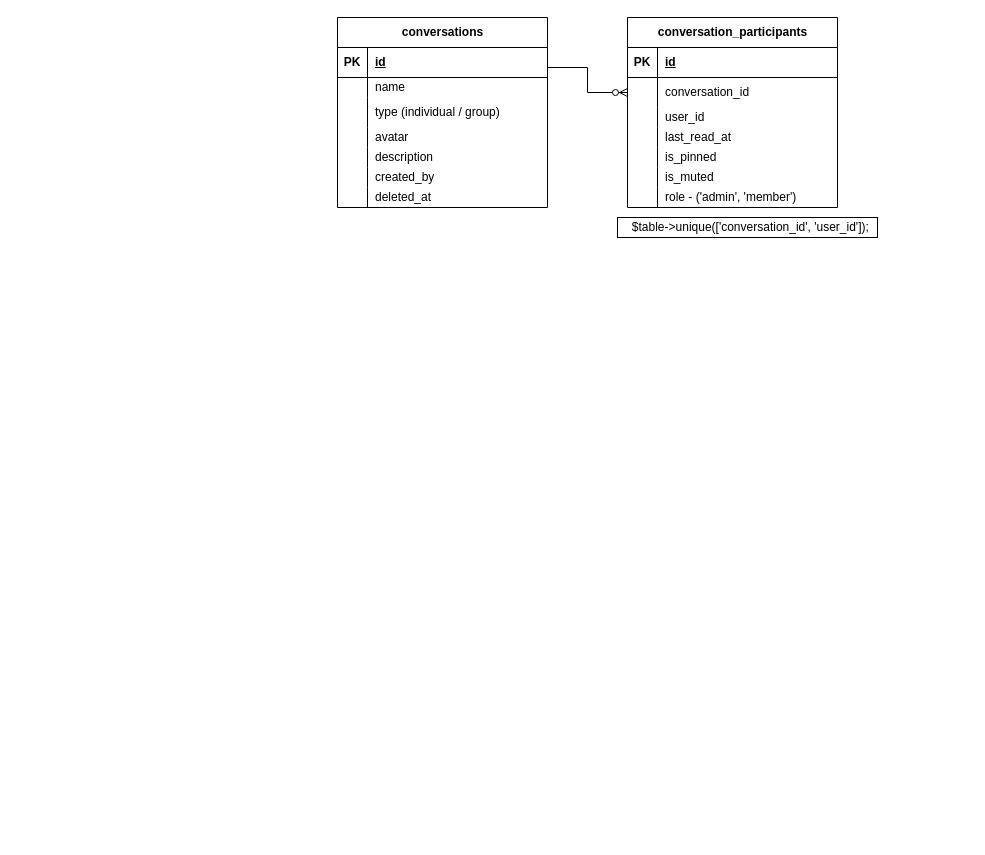
The draw.io diagram quagnite_chat_system.drawio in nuruzzamanhimel00/sql, before the edit. Source tidied: cells renumbered, new cells numbered last; positions are measured from the earlier drawing's top-left corner, leaving out a move shared by most shapes. Both pictures are drawn from the tidied source at 100%, with x=0, y=0 at pixel (337, 17).
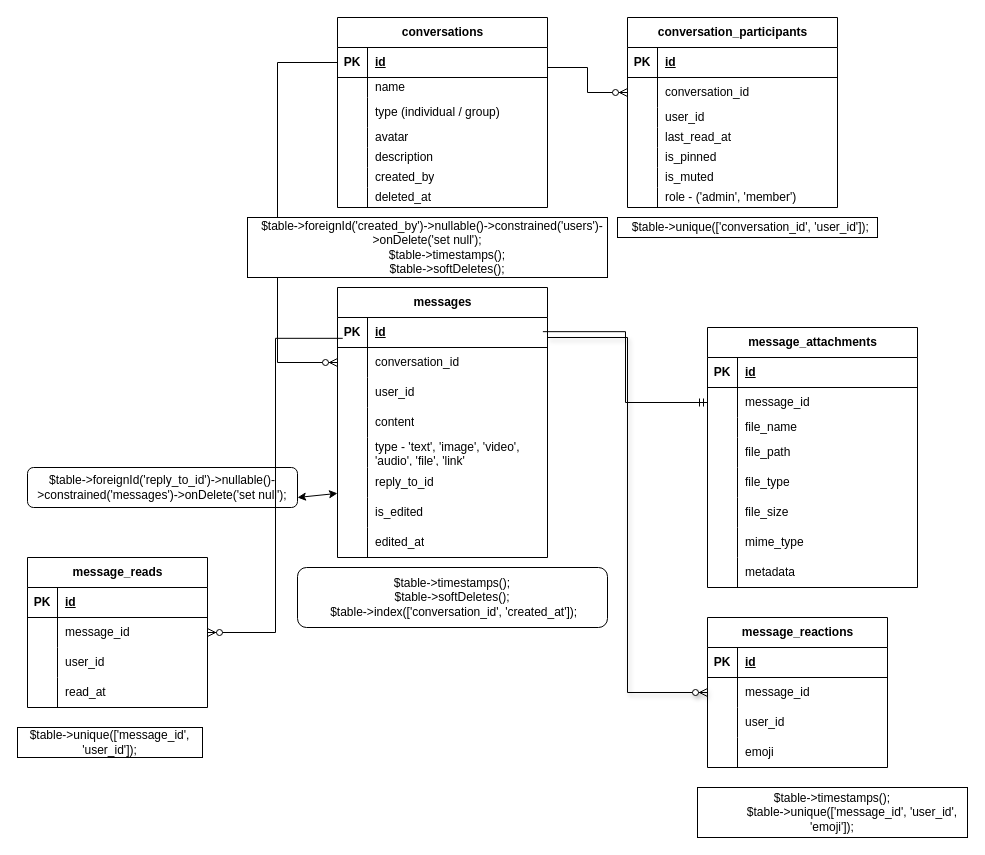
After the change.

Unchanged cells that the change refers to:
```xml
<mxCell id="3" style="shape=tableRow;horizontal=0;startSize=0;swimlaneHead=0;swimlaneBody=0;fillColor=none;points=[[0,0.5],[1,0.5]];portConstraint=eastwest;top=0;left=0;right=0;bottom=1;" parent="2" vertex="1">
  <mxGeometry y="30" width="210" height="30" as="geometry" />
</mxCell>
```

The edit, as a diff of the source:
```diff
@@
+    <mxCell id="48" value="messages" style="shape=table;startSize=30;childLayout=tableLayout;rowLines=0;fontStyle=1;align=center;html=1;" parent="1" vertex="1">
+      <mxGeometry y="270" width="210" height="270" as="geometry" />
+    </mxCell>
+    <mxCell id="49" style="shape=tableRow;horizontal=0;startSize=0;swimlaneHead=0;swimlaneBody=0;fillColor=none;points=[[0,0.5],[1,0.5]];portConstraint=eastwest;top=0;left=0;right=0;bottom=1;" parent="48" vertex="1">
+      <mxGeometry y="30" width="210" height="30" as="geometry" />
+    </mxCell>
+    <mxCell id="50" value="PK" style="shape=partialRectangle;fillColor=none;top=0;left=0;bottom=0;right=0;fontStyle=1;overflow=hidden;whiteSpace=wrap;html=1;" parent="49" vertex="1">
+      <mxGeometry width="30" height="30" as="geometry" />
+    </mxCell>
+    <mxCell id="51" value="id" style="shape=partialRectangle;fillColor=none;top=0;left=0;bottom=0;right=0;align=left;spacingLeft=6;fontStyle=5;overflow=hidden;whiteSpace=wrap;html=1;" parent="49" vertex="1">
+      <mxGeometry x="30" width="180" height="30" as="geometry" />
+    </mxCell>
+    <mxCell id="52" style="shape=tableRow;horizontal=0;startSize=0;swimlaneHead=0;swimlaneBody=0;fillColor=none;points=[[0,0.5],[1,0.5]];portConstraint=eastwest;top=0;left=0;right=0;bottom=0;" parent="48" vertex="1">
+      <mxGeometry y="60" width="210" height="30" as="geometry" />
+    </mxCell>
+    <mxCell id="53" style="shape=partialRectangle;fillColor=none;top=0;left=0;bottom=0;right=0;overflow=hidden;whiteSpace=wrap;html=1;" parent="52" vertex="1">
+      <mxGeometry width="30" height="30" as="geometry" />
+    </mxCell>
+    <mxCell id="54" value="conversation_id" style="shape=partialRectangle;fillColor=none;top=0;left=0;bottom=0;right=0;align=left;spacingLeft=6;overflow=hidden;whiteSpace=wrap;html=1;" parent="52" vertex="1">
+      <mxGeometry x="30" width="180" height="30" as="geometry" />
+    </mxCell>
+    <mxCell id="55" style="shape=tableRow;horizontal=0;startSize=0;swimlaneHead=0;swimlaneBody=0;fillColor=none;top=0;left=0;right=0;bottom=0;" parent="48" vertex="1">
+      <mxGeometry y="90" width="210" height="30" as="geometry" />
+    </mxCell>
+    <mxCell id="56" style="shape=partialRectangle;fillColor=none;top=0;left=0;bottom=0;right=0;overflow=hidden;whiteSpace=wrap;html=1;" parent="55" vertex="1">
+      <mxGeometry width="30" height="30" as="geometry" />
+    </mxCell>
+    <mxCell id="57" value="user_id" style="shape=partialRectangle;fillColor=none;top=0;left=0;bottom=0;right=0;align=left;spacingLeft=6;overflow=hidden;whiteSpace=wrap;html=1;" parent="55" vertex="1">
+      <mxGeometry x="30" width="180" height="30" as="geometry" />
+    </mxCell>
+    <mxCell id="58" style="shape=tableRow;horizontal=0;startSize=0;swimlaneHead=0;swimlaneBody=0;fillColor=none;top=0;left=0;right=0;bottom=0;" parent="48" vertex="1">
+      <mxGeometry y="120" width="210" height="30" as="geometry" />
+    </mxCell>
+    <mxCell id="59" style="shape=partialRectangle;fillColor=none;top=0;left=0;bottom=0;right=0;overflow=hidden;whiteSpace=wrap;html=1;" parent="58" vertex="1">
+      <mxGeometry width="30" height="30" as="geometry" />
+    </mxCell>
+    <mxCell id="60" value="content" style="shape=partialRectangle;fillColor=none;top=0;left=0;bottom=0;right=0;align=left;spacingLeft=6;overflow=hidden;whiteSpace=wrap;html=1;" parent="58" vertex="1">
+      <mxGeometry x="30" width="180" height="30" as="geometry" />
+    </mxCell>
+    <mxCell id="61" style="shape=tableRow;horizontal=0;startSize=0;swimlaneHead=0;swimlaneBody=0;fillColor=none;top=0;left=0;right=0;bottom=0;" parent="48" vertex="1">
+      <mxGeometry y="150" width="210" height="30" as="geometry" />
+    </mxCell>
+    <mxCell id="62" style="shape=partialRectangle;fillColor=none;top=0;left=0;bottom=0;right=0;overflow=hidden;whiteSpace=wrap;html=1;" parent="61" vertex="1">
+      <mxGeometry width="30" height="30" as="geometry" />
+    </mxCell>
+    <mxCell id="63" value="type -&amp;nbsp;'text', 'image', 'video', 'audio', 'file', 'link'" style="shape=partialRectangle;fillColor=none;top=0;left=0;bottom=0;right=0;align=left;spacingLeft=6;overflow=hidden;whiteSpace=wrap;html=1;" parent="61" vertex="1">
+      <mxGeometry x="30" width="180" height="30" as="geometry" />
+    </mxCell>
+    <mxCell id="64" style="shape=tableRow;horizontal=0;startSize=0;swimlaneHead=0;swimlaneBody=0;fillColor=none;points=[[0,0.5],[1,0.5]];portConstraint=eastwest;top=0;left=0;right=0;bottom=0;" parent="48" vertex="1">
+      <mxGeometry y="180" width="210" height="30" as="geometry" />
+    </mxCell>
+    <mxCell id="65" style="shape=partialRectangle;fillColor=none;top=0;left=0;bottom=0;right=0;overflow=hidden;whiteSpace=wrap;html=1;" parent="64" vertex="1">
+      <mxGeometry width="30" height="30" as="geometry" />
+    </mxCell>
+    <mxCell id="66" value="reply_to_id" style="shape=partialRectangle;fillColor=none;top=0;left=0;bottom=0;right=0;align=left;spacingLeft=6;overflow=hidden;whiteSpace=wrap;html=1;" parent="64" vertex="1">
+      <mxGeometry x="30" width="180" height="30" as="geometry" />
+    </mxCell>
+    <mxCell id="67" style="shape=tableRow;horizontal=0;startSize=0;swimlaneHead=0;swimlaneBody=0;fillColor=none;top=0;left=0;right=0;bottom=0;" parent="48" vertex="1">
+      <mxGeometry y="210" width="210" height="30" as="geometry" />
+    </mxCell>
+    <mxCell id="68" style="shape=partialRectangle;fillColor=none;top=0;left=0;bottom=0;right=0;overflow=hidden;whiteSpace=wrap;html=1;" parent="67" vertex="1">
+      <mxGeometry width="30" height="30" as="geometry" />
+    </mxCell>
+    <mxCell id="69" value="is_edited" style="shape=partialRectangle;fillColor=none;top=0;left=0;bottom=0;right=0;align=left;spacingLeft=6;overflow=hidden;whiteSpace=wrap;html=1;" parent="67" vertex="1">
+      <mxGeometry x="30" width="180" height="30" as="geometry" />
+    </mxCell>
+    <mxCell id="70" style="shape=tableRow;horizontal=0;startSize=0;swimlaneHead=0;swimlaneBody=0;fillColor=none;top=0;left=0;right=0;bottom=0;" parent="48" vertex="1">
+      <mxGeometry y="240" width="210" height="30" as="geometry" />
+    </mxCell>
+    <mxCell id="71" style="shape=partialRectangle;fillColor=none;top=0;left=0;bottom=0;right=0;overflow=hidden;whiteSpace=wrap;html=1;" parent="70" vertex="1">
+      <mxGeometry width="30" height="30" as="geometry" />
+    </mxCell>
+    <mxCell id="72" value="edited_at" style="shape=partialRectangle;fillColor=none;top=0;left=0;bottom=0;right=0;align=left;spacingLeft=6;overflow=hidden;whiteSpace=wrap;html=1;" parent="70" vertex="1">
+      <mxGeometry x="30" width="180" height="30" as="geometry" />
+    </mxCell>
+    <mxCell id="73" value="$table-&amp;gt;foreignId('reply_to_id')-&amp;gt;nullable()-&amp;gt;constrained('messages')-&amp;gt;onDelete('set null');" style="rounded=1;whiteSpace=wrap;html=1;" parent="1" vertex="1">
+      <mxGeometry x="-310" y="450" width="270" height="40" as="geometry" />
+    </mxCell>
+    <mxCell id="74" style="endArrow=classic;startArrow=classic;html=1;rounded=0;" parent="1" edge="1" target="64">
+      <mxGeometry relative="1" as="geometry">
+        <mxPoint x="-40" y="480" as="sourcePoint" />
+      </mxGeometry>
+    </mxCell>
+    <mxCell id="75" value="&lt;div&gt;$table-&amp;gt;timestamps();&lt;/div&gt;&lt;div&gt;&lt;span style=&quot;background-color: transparent; color: light-dark(rgb(0, 0, 0), rgb(255, 255, 255));&quot;&gt;$table-&amp;gt;softDeletes();&lt;/span&gt;&lt;/div&gt;&lt;div&gt;&amp;nbsp;$table-&amp;gt;index(['conversation_id', 'created_at']);&lt;/div&gt;" style="rounded=1;whiteSpace=wrap;html=1;" parent="1" vertex="1">
+      <mxGeometry x="-40" y="550" width="310" height="60" as="geometry" />
+    </mxCell>
+    <mxCell id="76" style="edgeStyle=elbowEdgeStyle;fontSize=12;html=1;endArrow=ERzeroToMany;endFill=1;rounded=0;exitX=0;exitY=0.5;exitDx=0;exitDy=0;entryX=0;entryY=0.5;entryDx=0;entryDy=0;" parent="1" edge="1" source="3" target="52">
+      <mxGeometry relative="1" as="geometry">
+        <Array as="points">
+          <mxPoint x="-60" y="200" />
+        </Array>
+      </mxGeometry>
+    </mxCell>
+    <mxCell id="77" value="&lt;div&gt;&amp;nbsp; &amp;nbsp;$table-&amp;gt;foreignId('created_by')-&amp;gt;nullable()-&amp;gt;constrained('users')-&amp;gt;onDelete('set null');&lt;/div&gt;&lt;div&gt;&amp;nbsp; &amp;nbsp; &amp;nbsp; &amp;nbsp; &amp;nbsp; &amp;nbsp; $table-&amp;gt;timestamps();&lt;/div&gt;&lt;div&gt;&amp;nbsp; &amp;nbsp; &amp;nbsp; &amp;nbsp; &amp;nbsp; &amp;nbsp; $table-&amp;gt;softDeletes();&lt;/div&gt;" style="rounded=0;whiteSpace=wrap;html=1;" parent="1" vertex="1">
+      <mxGeometry x="-90" y="200" width="360" height="60" as="geometry" />
+    </mxCell>
+    <mxCell id="78" value="message_attachments" style="shape=table;startSize=30;childLayout=tableLayout;rowLines=0;fontStyle=1;align=center;html=1;" parent="1" vertex="1">
+      <mxGeometry x="370" y="310" width="210" height="260" as="geometry" />
+    </mxCell>
+    <mxCell id="79" style="shape=tableRow;horizontal=0;startSize=0;swimlaneHead=0;swimlaneBody=0;fillColor=none;top=0;left=0;right=0;bottom=1;" parent="78" vertex="1">
+      <mxGeometry y="30" width="210" height="30" as="geometry" />
+    </mxCell>
+    <mxCell id="80" value="PK" style="shape=partialRectangle;fillColor=none;top=0;left=0;bottom=0;right=0;fontStyle=1;overflow=hidden;whiteSpace=wrap;html=1;" parent="79" vertex="1">
+      <mxGeometry width="30" height="30" as="geometry" />
+    </mxCell>
+    <mxCell id="81" value="id" style="shape=partialRectangle;fillColor=none;top=0;left=0;bottom=0;right=0;align=left;spacingLeft=6;fontStyle=5;overflow=hidden;whiteSpace=wrap;html=1;" parent="79" vertex="1">
+      <mxGeometry x="30" width="180" height="30" as="geometry" />
+    </mxCell>
+    <mxCell id="82" style="shape=tableRow;horizontal=0;startSize=0;swimlaneHead=0;swimlaneBody=0;fillColor=none;points=[[0,0.5],[1,0.5]];portConstraint=eastwest;top=0;left=0;right=0;bottom=0;" parent="78" vertex="1">
+      <mxGeometry y="60" width="210" height="30" as="geometry" />
+    </mxCell>
+    <mxCell id="83" style="shape=partialRectangle;fillColor=none;top=0;left=0;bottom=0;right=0;overflow=hidden;whiteSpace=wrap;html=1;" parent="82" vertex="1">
+      <mxGeometry width="30" height="30" as="geometry" />
+    </mxCell>
+    <mxCell id="84" value="message_id" style="shape=partialRectangle;fillColor=none;top=0;left=0;bottom=0;right=0;align=left;spacingLeft=6;overflow=hidden;whiteSpace=wrap;html=1;" parent="82" vertex="1">
+      <mxGeometry x="30" width="180" height="30" as="geometry" />
+    </mxCell>
+    <mxCell id="85" style="shape=tableRow;horizontal=0;startSize=0;swimlaneHead=0;swimlaneBody=0;fillColor=none;top=0;left=0;right=0;bottom=0;" parent="78" vertex="1">
+      <mxGeometry y="90" width="210" height="20" as="geometry" />
+    </mxCell>
+    <mxCell id="86" style="shape=partialRectangle;fillColor=none;top=0;left=0;bottom=0;right=0;overflow=hidden;whiteSpace=wrap;html=1;" parent="85" vertex="1">
+      <mxGeometry width="30" height="20" as="geometry" />
+    </mxCell>
+    <mxCell id="87" value="file_name" style="shape=partialRectangle;fillColor=none;top=0;left=0;bottom=0;right=0;align=left;spacingLeft=6;overflow=hidden;whiteSpace=wrap;html=1;strokeColor=default;" parent="85" vertex="1">
+      <mxGeometry x="30" width="180" height="20" as="geometry" />
+    </mxCell>
+    <mxCell id="88" style="shape=tableRow;horizontal=0;startSize=0;swimlaneHead=0;swimlaneBody=0;fillColor=none;top=0;left=0;right=0;bottom=0;" parent="78" vertex="1">
+      <mxGeometry y="110" width="210" height="30" as="geometry" />
+    </mxCell>
+    <mxCell id="89" style="shape=partialRectangle;fillColor=none;top=0;left=0;bottom=0;right=0;overflow=hidden;whiteSpace=wrap;html=1;" parent="88" vertex="1">
+      <mxGeometry width="30" height="30" as="geometry" />
+    </mxCell>
+    <mxCell id="90" value="file_path" style="shape=partialRectangle;fillColor=none;top=0;left=0;bottom=0;right=0;align=left;spacingLeft=6;overflow=hidden;whiteSpace=wrap;html=1;" parent="88" vertex="1">
+      <mxGeometry x="30" width="180" height="30" as="geometry" />
+    </mxCell>
+    <mxCell id="91" style="shape=tableRow;horizontal=0;startSize=0;swimlaneHead=0;swimlaneBody=0;fillColor=none;top=0;left=0;right=0;bottom=0;" parent="78" vertex="1">
+      <mxGeometry y="140" width="210" height="30" as="geometry" />
+    </mxCell>
+    <mxCell id="92" style="shape=partialRectangle;fillColor=none;top=0;left=0;bottom=0;right=0;overflow=hidden;whiteSpace=wrap;html=1;" parent="91" vertex="1">
+      <mxGeometry width="30" height="30" as="geometry" />
+    </mxCell>
+    <mxCell id="93" value="file_type" style="shape=partialRectangle;fillColor=none;top=0;left=0;bottom=0;right=0;align=left;spacingLeft=6;overflow=hidden;whiteSpace=wrap;html=1;" parent="91" vertex="1">
+      <mxGeometry x="30" width="180" height="30" as="geometry" />
+    </mxCell>
+    <mxCell id="94" style="shape=tableRow;horizontal=0;startSize=0;swimlaneHead=0;swimlaneBody=0;fillColor=none;top=0;left=0;right=0;bottom=0;" parent="78" vertex="1">
+      <mxGeometry y="170" width="210" height="30" as="geometry" />
+    </mxCell>
+    <mxCell id="95" style="shape=partialRectangle;fillColor=none;top=0;left=0;bottom=0;right=0;overflow=hidden;whiteSpace=wrap;html=1;" parent="94" vertex="1">
+      <mxGeometry width="30" height="30" as="geometry" />
+    </mxCell>
+    <mxCell id="96" value="file_size" style="shape=partialRectangle;fillColor=none;top=0;left=0;bottom=0;right=0;align=left;spacingLeft=6;overflow=hidden;whiteSpace=wrap;html=1;" parent="94" vertex="1">
+      <mxGeometry x="30" width="180" height="30" as="geometry" />
+    </mxCell>
+    <mxCell id="97" style="shape=tableRow;horizontal=0;startSize=0;swimlaneHead=0;swimlaneBody=0;fillColor=none;top=0;left=0;right=0;bottom=0;" parent="78" vertex="1">
+      <mxGeometry y="200" width="210" height="30" as="geometry" />
+    </mxCell>
+    <mxCell id="98" style="shape=partialRectangle;fillColor=none;top=0;left=0;bottom=0;right=0;overflow=hidden;whiteSpace=wrap;html=1;" parent="97" vertex="1">
+      <mxGeometry width="30" height="30" as="geometry" />
+    </mxCell>
+    <mxCell id="99" value="mime_type" style="shape=partialRectangle;fillColor=none;top=0;left=0;bottom=0;right=0;align=left;spacingLeft=6;overflow=hidden;whiteSpace=wrap;html=1;" parent="97" vertex="1">
+      <mxGeometry x="30" width="180" height="30" as="geometry" />
+    </mxCell>
+    <mxCell id="100" style="shape=tableRow;horizontal=0;startSize=0;swimlaneHead=0;swimlaneBody=0;fillColor=none;top=0;left=0;right=0;bottom=0;" parent="78" vertex="1">
+      <mxGeometry y="230" width="210" height="30" as="geometry" />
+    </mxCell>
+    <mxCell id="101" style="shape=partialRectangle;fillColor=none;top=0;left=0;bottom=0;right=0;overflow=hidden;whiteSpace=wrap;html=1;" parent="100" vertex="1">
+      <mxGeometry width="30" height="30" as="geometry" />
+    </mxCell>
+    <mxCell id="102" value="metadata" style="shape=partialRectangle;fillColor=none;top=0;left=0;bottom=0;right=0;align=left;spacingLeft=6;overflow=hidden;whiteSpace=wrap;html=1;" parent="100" vertex="1">
+      <mxGeometry x="30" width="180" height="30" as="geometry" />
+    </mxCell>
+    <mxCell id="103" style="edgeStyle=elbowEdgeStyle;fontSize=12;html=1;endArrow=ERmandOne;rounded=0;exitX=0.978;exitY=0.472;exitDx=0;exitDy=0;exitPerimeter=0;" parent="1" edge="1" source="49" target="82">
+      <mxGeometry relative="1" as="geometry" />
+    </mxCell>
+    <mxCell id="104" value="message_reactions" style="shape=table;startSize=30;childLayout=tableLayout;rowLines=0;fontStyle=1;align=center;html=1;" parent="1" vertex="1">
+      <mxGeometry x="370" y="600" width="180" height="150" as="geometry" />
+    </mxCell>
+    <mxCell id="105" style="shape=tableRow;horizontal=0;startSize=0;swimlaneHead=0;swimlaneBody=0;fillColor=none;top=0;left=0;right=0;bottom=1;" parent="104" vertex="1">
+      <mxGeometry y="30" width="180" height="30" as="geometry" />
+    </mxCell>
+    <mxCell id="106" value="PK" style="shape=partialRectangle;fillColor=none;top=0;left=0;bottom=0;right=0;fontStyle=1;overflow=hidden;whiteSpace=wrap;html=1;" parent="105" vertex="1">
+      <mxGeometry width="30" height="30" as="geometry" />
+    </mxCell>
+    <mxCell id="107" value="id" style="shape=partialRectangle;fillColor=none;top=0;left=0;bottom=0;right=0;align=left;spacingLeft=6;fontStyle=5;overflow=hidden;whiteSpace=wrap;html=1;" parent="105" vertex="1">
+      <mxGeometry x="30" width="150" height="30" as="geometry" />
+    </mxCell>
+    <mxCell id="108" style="shape=tableRow;horizontal=0;startSize=0;swimlaneHead=0;swimlaneBody=0;fillColor=none;points=[[0,0.5],[1,0.5]];portConstraint=eastwest;top=0;left=0;right=0;bottom=0;" parent="104" vertex="1">
+      <mxGeometry y="60" width="180" height="30" as="geometry" />
+    </mxCell>
+    <mxCell id="109" style="shape=partialRectangle;fillColor=none;top=0;left=0;bottom=0;right=0;overflow=hidden;whiteSpace=wrap;html=1;" parent="108" vertex="1">
+      <mxGeometry width="30" height="30" as="geometry" />
+    </mxCell>
+    <mxCell id="110" value="message_id" style="shape=partialRectangle;fillColor=none;top=0;left=0;bottom=0;right=0;align=left;spacingLeft=6;overflow=hidden;whiteSpace=wrap;html=1;" parent="108" vertex="1">
+      <mxGeometry x="30" width="150" height="30" as="geometry" />
+    </mxCell>
+    <mxCell id="111" style="shape=tableRow;horizontal=0;startSize=0;swimlaneHead=0;swimlaneBody=0;fillColor=none;top=0;left=0;right=0;bottom=0;" parent="104" vertex="1">
+      <mxGeometry y="90" width="180" height="30" as="geometry" />
+    </mxCell>
+    <mxCell id="112" style="shape=partialRectangle;fillColor=none;top=0;left=0;bottom=0;right=0;overflow=hidden;whiteSpace=wrap;html=1;" parent="111" vertex="1">
+      <mxGeometry width="30" height="30" as="geometry" />
+    </mxCell>
+    <mxCell id="113" value="user_id" style="shape=partialRectangle;fillColor=none;top=0;left=0;bottom=0;right=0;align=left;spacingLeft=6;overflow=hidden;whiteSpace=wrap;html=1;" parent="111" vertex="1">
+      <mxGeometry x="30" width="150" height="30" as="geometry" />
+    </mxCell>
+    <mxCell id="114" style="shape=tableRow;horizontal=0;startSize=0;swimlaneHead=0;swimlaneBody=0;fillColor=none;top=0;left=0;right=0;bottom=0;" parent="104" vertex="1">
+      <mxGeometry y="120" width="180" height="30" as="geometry" />
+    </mxCell>
+    <mxCell id="115" style="shape=partialRectangle;fillColor=none;top=0;left=0;bottom=0;right=0;overflow=hidden;whiteSpace=wrap;html=1;" parent="114" vertex="1">
+      <mxGeometry width="30" height="30" as="geometry" />
+    </mxCell>
+    <mxCell id="116" value="emoji" style="shape=partialRectangle;fillColor=none;top=0;left=0;bottom=0;right=0;align=left;spacingLeft=6;overflow=hidden;whiteSpace=wrap;html=1;" parent="114" vertex="1">
+      <mxGeometry x="30" width="150" height="30" as="geometry" />
+    </mxCell>
+    <mxCell id="117" value="&lt;div&gt;$table-&amp;gt;timestamps();&lt;/div&gt;&lt;div&gt;&amp;nbsp; &amp;nbsp; &amp;nbsp; &amp;nbsp; &amp;nbsp; &amp;nbsp;&amp;nbsp;&lt;span style=&quot;background-color: transparent; color: light-dark(rgb(0, 0, 0), rgb(255, 255, 255));&quot;&gt;$table-&amp;gt;unique(['message_id', 'user_id', 'emoji']);&lt;/span&gt;&lt;/div&gt;" style="rounded=0;whiteSpace=wrap;html=1;" parent="1" vertex="1">
+      <mxGeometry x="360" y="770" width="270" height="50" as="geometry" />
+    </mxCell>
+    <mxCell id="118" style="edgeStyle=elbowEdgeStyle;fontSize=12;html=1;endArrow=ERzeroToMany;endFill=1;rounded=0;entryX=0;entryY=0.5;entryDx=0;entryDy=0;flowAnimation=0;shadow=1;" parent="1" edge="1" target="108">
+      <mxGeometry relative="1" as="geometry">
+        <mxPoint x="210" y="320" as="sourcePoint" />
+      </mxGeometry>
+    </mxCell>
+    <mxCell id="119" value="message_reads" style="shape=table;startSize=30;childLayout=tableLayout;rowLines=0;fontStyle=1;align=center;html=1;" parent="1" vertex="1">
+      <mxGeometry x="-310" y="540" width="180" height="150" as="geometry" />
+    </mxCell>
+    <mxCell id="120" style="shape=tableRow;horizontal=0;startSize=0;swimlaneHead=0;swimlaneBody=0;fillColor=none;top=0;left=0;right=0;bottom=1;" parent="119" vertex="1">
+      <mxGeometry y="30" width="180" height="30" as="geometry" />
+    </mxCell>
+    <mxCell id="121" value="PK" style="shape=partialRectangle;fillColor=none;top=0;left=0;bottom=0;right=0;fontStyle=1;overflow=hidden;whiteSpace=wrap;html=1;" parent="120" vertex="1">
+      <mxGeometry width="30" height="30" as="geometry" />
+    </mxCell>
+    <mxCell id="122" value="id" style="shape=partialRectangle;fillColor=none;top=0;left=0;bottom=0;right=0;align=left;spacingLeft=6;fontStyle=5;overflow=hidden;whiteSpace=wrap;html=1;" parent="120" vertex="1">
+      <mxGeometry x="30" width="150" height="30" as="geometry" />
+    </mxCell>
+    <mxCell id="123" style="shape=tableRow;horizontal=0;startSize=0;swimlaneHead=0;swimlaneBody=0;fillColor=none;points=[[0,0.5],[1,0.5]];portConstraint=eastwest;top=0;left=0;right=0;bottom=0;" parent="119" vertex="1">
+      <mxGeometry y="60" width="180" height="30" as="geometry" />
+    </mxCell>
+    <mxCell id="124" style="shape=partialRectangle;fillColor=none;top=0;left=0;bottom=0;right=0;overflow=hidden;whiteSpace=wrap;html=1;" parent="123" vertex="1">
+      <mxGeometry width="30" height="30" as="geometry" />
+    </mxCell>
+    <mxCell id="125" value="message_id" style="shape=partialRectangle;fillColor=none;top=0;left=0;bottom=0;right=0;align=left;spacingLeft=6;overflow=hidden;whiteSpace=wrap;html=1;" parent="123" vertex="1">
+      <mxGeometry x="30" width="150" height="30" as="geometry" />
+    </mxCell>
+    <mxCell id="126" style="shape=tableRow;horizontal=0;startSize=0;swimlaneHead=0;swimlaneBody=0;fillColor=none;top=0;left=0;right=0;bottom=0;" parent="119" vertex="1">
+      <mxGeometry y="90" width="180" height="30" as="geometry" />
+    </mxCell>
+    <mxCell id="127" style="shape=partialRectangle;fillColor=none;top=0;left=0;bottom=0;right=0;overflow=hidden;whiteSpace=wrap;html=1;" parent="126" vertex="1">
+      <mxGeometry width="30" height="30" as="geometry" />
+    </mxCell>
+    <mxCell id="128" value="user_id" style="shape=partialRectangle;fillColor=none;top=0;left=0;bottom=0;right=0;align=left;spacingLeft=6;overflow=hidden;whiteSpace=wrap;html=1;" parent="126" vertex="1">
+      <mxGeometry x="30" width="150" height="30" as="geometry" />
+    </mxCell>
+    <mxCell id="129" style="shape=tableRow;horizontal=0;startSize=0;swimlaneHead=0;swimlaneBody=0;fillColor=none;top=0;left=0;right=0;bottom=0;" parent="119" vertex="1">
+      <mxGeometry y="120" width="180" height="30" as="geometry" />
+    </mxCell>
+    <mxCell id="130" style="shape=partialRectangle;fillColor=none;top=0;left=0;bottom=0;right=0;overflow=hidden;whiteSpace=wrap;html=1;" parent="129" vertex="1">
+      <mxGeometry width="30" height="30" as="geometry" />
+    </mxCell>
+    <mxCell id="131" value="read_at" style="shape=partialRectangle;fillColor=none;top=0;left=0;bottom=0;right=0;align=left;spacingLeft=6;overflow=hidden;whiteSpace=wrap;html=1;" parent="129" vertex="1">
+      <mxGeometry x="30" width="150" height="30" as="geometry" />
+    </mxCell>
+    <mxCell id="132" value="$table-&amp;gt;unique(['message_id', 'user_id']);" style="rounded=0;whiteSpace=wrap;html=1;" parent="1" vertex="1">
+      <mxGeometry x="-320" y="710" width="185" height="30" as="geometry" />
+    </mxCell>
+    <mxCell id="133" style="edgeStyle=elbowEdgeStyle;fontSize=12;html=1;endArrow=ERzeroToMany;endFill=1;rounded=0;exitX=0.025;exitY=0.694;exitDx=0;exitDy=0;exitPerimeter=0;entryX=1;entryY=0.5;entryDx=0;entryDy=0;" parent="1" edge="1" source="49" target="123">
+      <mxGeometry relative="1" as="geometry" />
+    </mxCell>
```
